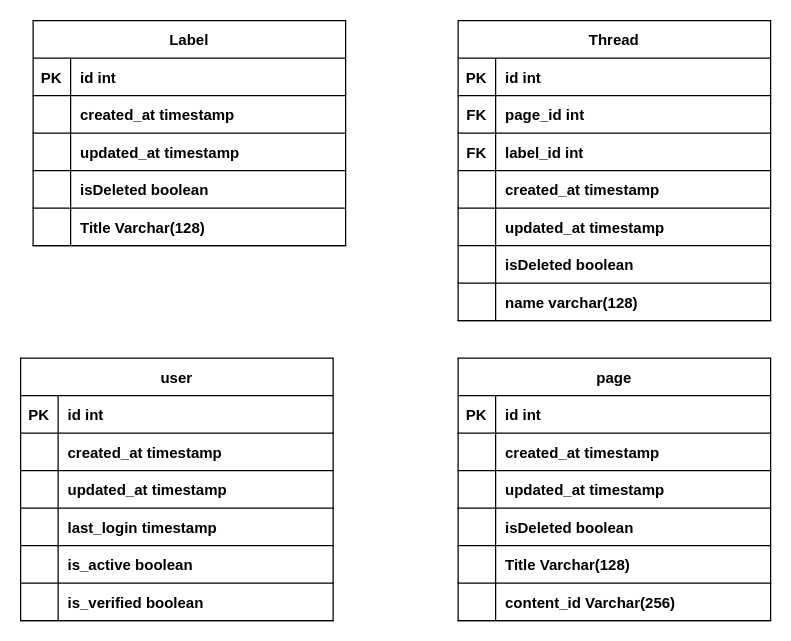
Above: docs/Threadnos_Sql_schema.drawio in Ou1oboros/threadnos (draw.io), before the change. Source tidied: cells renumbered, new cells numbered last; positions are measured from the earlier drawing's top-left corner, leaving out a move shared by most shapes. Both pictures are drawn from the tidied source at 125%, with x=0, y=0 at pixel (20, 20).
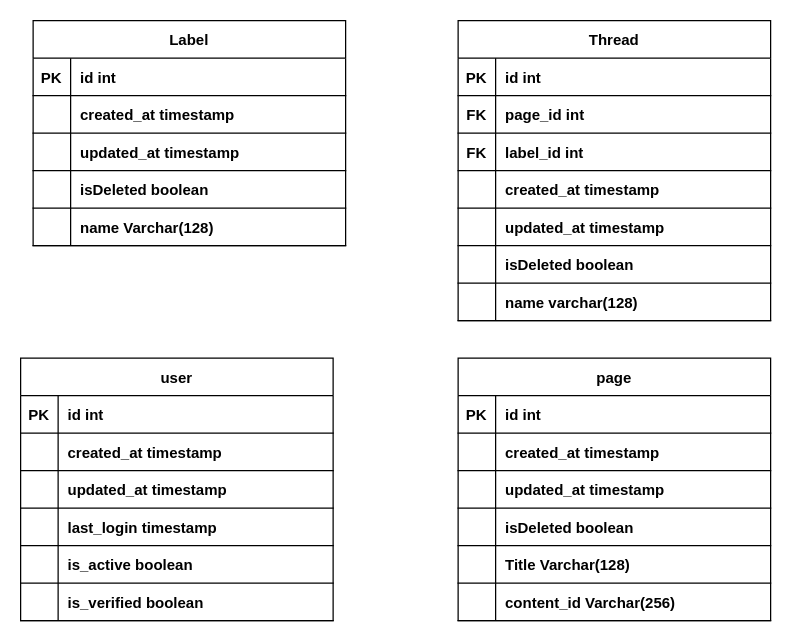
After the change.

Unchanged cells that the change refers to:
```xml
<mxCell id="37" style="shape=partialRectangle;fillColor=none;top=0;left=0;right=0;bottom=1;fontStyle=0;" parent="24" vertex="1">
  <mxGeometry y="150" width="250" height="30" as="geometry" />
</mxCell>
```

Diff of the diagram source:
```diff
@@
-    <mxCell id="39" value="Title Varchar(128)" style="shape=partialRectangle;overflow=hidden;fillColor=none;top=0;left=0;bottom=0;right=0;align=left;spacingLeft=6;fontStyle=1;" parent="37" vertex="1">
+    <mxCell id="39" value="name Varchar(128)" style="shape=partialRectangle;overflow=hidden;fillColor=none;top=0;left=0;bottom=0;right=0;align=left;spacingLeft=6;fontStyle=1;" parent="37" vertex="1">
       <mxGeometry x="30" width="220" height="30" as="geometry" />
     </mxCell>
```
